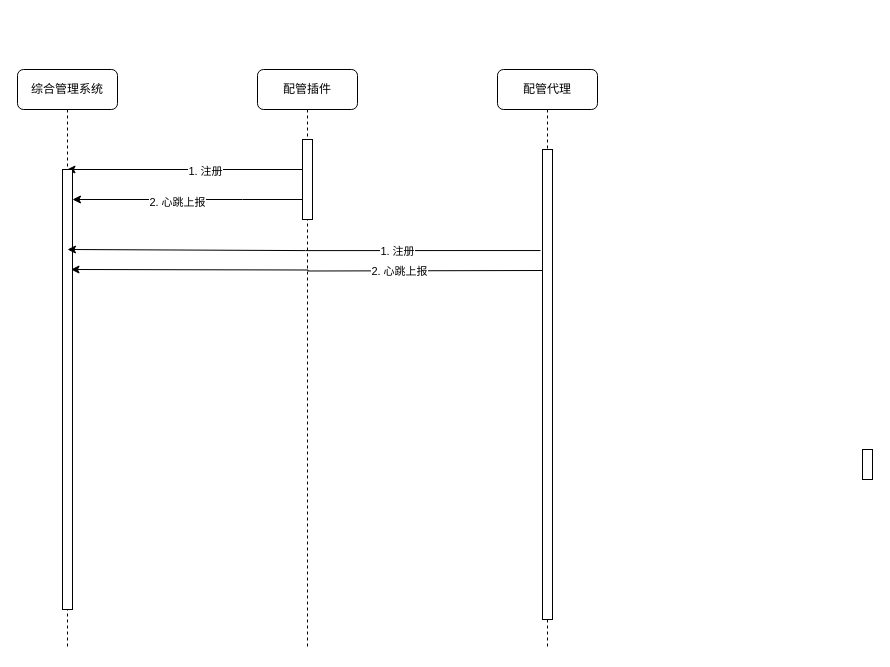
Before: sx.drawio in HeisenbergV/algo, a draw.io diagram. Source tidied: cells renumbered, new cells numbered last; positions are measured from the earlier drawing's top-left corner, leaving out a move shared by most shapes. Both pictures are drawn from the tidied source at 100%, with x=0, y=0 at pixel (17, 69).
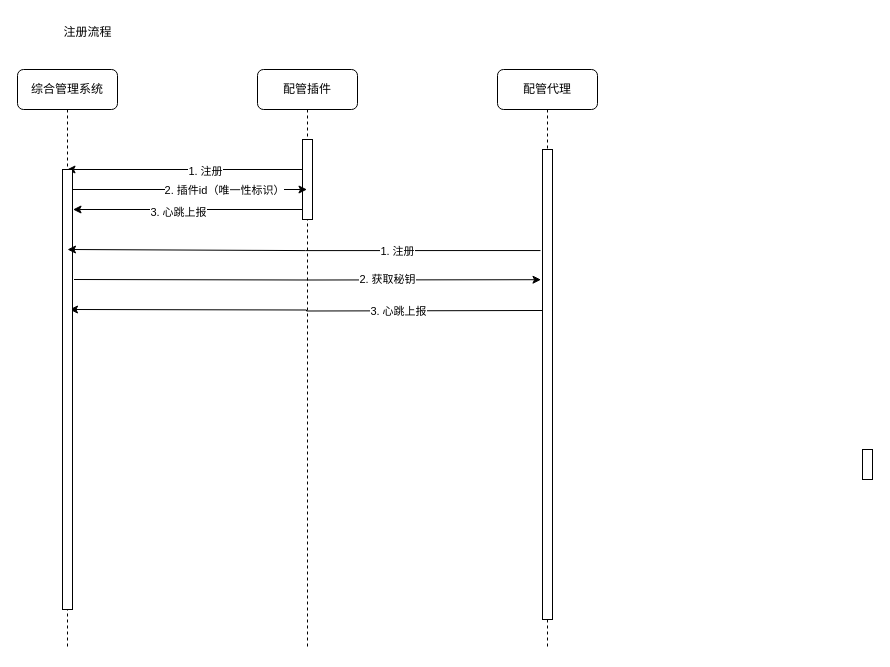
Above is the later version.

The change refers to these unchanged cells:
```xml
<mxCell id="4" value="配管插件" style="shape=umlLifeline;perimeter=lifelinePerimeter;whiteSpace=wrap;html=1;rounded=1;shadow=0;comic=0;labelBackgroundColor=none;strokeWidth=1;fontFamily=Verdana;fontSize=12;align=center;strokeColor=default;" parent="1" vertex="1">
  <mxGeometry x="240" width="100" height="580" as="geometry" />
</mxCell>
```

What changed in the source:
```diff
@@
-    <mxCell id="6" style="edgeStyle=orthogonalEdgeStyle;rounded=0;orthogonalLoop=1;jettySize=auto;html=1;" parent="4" edge="1">
-      <mxGeometry relative="1" as="geometry">
-        <mxPoint x="44.5" y="130" as="sourcePoint" />
-        <mxPoint x="-185" y="130" as="targetPoint" />
-        <Array as="points">
-          <mxPoint x="-15" y="130" />
-          <mxPoint x="-15" y="130" />
-        </Array>
-      </mxGeometry>
-    </mxCell>
-    <mxCell id="7" value="2. 心跳上报" style="edgeLabel;html=1;align=center;verticalAlign=middle;" parent="6" vertex="1">
-      <mxGeometry x="0.1" y="2" relative="1" as="geometry">
-        <mxPoint x="1" as="offset" />
-      </mxGeometry>
-    </mxCell>
     <mxCell id="8" style="edgeStyle=orthogonalEdgeStyle;rounded=0;orthogonalLoop=1;jettySize=auto;html=1;exitX=-0.2;exitY=0.215;exitDx=0;exitDy=0;exitPerimeter=0;" parent="4" edge="1">
       <mxGeometry relative="1" as="geometry">
-        <mxPoint x="286.5" y="201" as="sourcePoint" />
-        <mxPoint x="-186.5" y="200" as="targetPoint" />
+        <mxPoint x="285" y="241" as="sourcePoint" />
+        <mxPoint x="-188" y="240" as="targetPoint" />
       </mxGeometry>
     </mxCell>
-    <mxCell id="9" value="2. 心跳上报" style="edgeLabel;html=1;align=center;verticalAlign=middle;" parent="8" vertex="1">
+    <mxCell id="9" value="3. 心跳上报" style="edgeLabel;html=1;align=center;verticalAlign=middle;" parent="8" vertex="1">
       <mxGeometry x="-0.39" relative="1" as="geometry" />
     </mxCell>
@@
+    <mxCell id="17" style="edgeStyle=orthogonalEdgeStyle;rounded=0;orthogonalLoop=1;jettySize=auto;html=1;" parent="1" edge="1">
+      <mxGeometry relative="1" as="geometry">
+        <mxPoint x="49.5" y="120" as="sourcePoint" />
+        <mxPoint x="289.5" y="120" as="targetPoint" />
+      </mxGeometry>
+    </mxCell>
+    <mxCell id="18" value="2. 插件id（唯一性标识）" style="edgeLabel;html=1;align=center;verticalAlign=middle;" parent="17" vertex="1">
+      <mxGeometry x="0.3" relative="1" as="geometry">
+        <mxPoint x="1" as="offset" />
+      </mxGeometry>
+    </mxCell>
@@
+    <mxCell id="19" value="注册流程" style="text;html=1;align=center;verticalAlign=middle;strokeColor=none;fillColor=none;" parent="1" vertex="1">
+      <mxGeometry x="35" y="-52" width="70" height="30" as="geometry" />
+    </mxCell>
+    <mxCell id="6" style="edgeStyle=orthogonalEdgeStyle;rounded=0;orthogonalLoop=1;jettySize=auto;html=1;" parent="1" edge="1">
+      <mxGeometry relative="1" as="geometry">
+        <mxPoint x="285" y="140" as="sourcePoint" />
+        <mxPoint x="55.5" y="140" as="targetPoint" />
+        <Array as="points">
+          <mxPoint x="225.5" y="140" />
+          <mxPoint x="225.5" y="140" />
+        </Array>
+      </mxGeometry>
+    </mxCell>
+    <mxCell id="7" value="3. 心跳上报" style="edgeLabel;html=1;align=center;verticalAlign=middle;" parent="6" vertex="1">
+      <mxGeometry x="0.1" y="2" relative="1" as="geometry">
+        <mxPoint x="1" as="offset" />
+      </mxGeometry>
+    </mxCell>
+    <mxCell id="20" style="edgeStyle=orthogonalEdgeStyle;rounded=0;orthogonalLoop=1;jettySize=auto;html=1;entryX=-0.3;entryY=0.511;entryDx=0;entryDy=0;entryPerimeter=0;" parent="1" edge="1">
+      <mxGeometry relative="1" as="geometry">
+        <mxPoint x="56.5" y="210" as="sourcePoint" />
+        <mxPoint x="523.5" y="210.2" as="targetPoint" />
+      </mxGeometry>
+    </mxCell>
+    <mxCell id="21" value="2. 获取秘钥" style="edgeLabel;html=1;align=center;verticalAlign=middle;" parent="20" vertex="1">
+      <mxGeometry x="0.34" y="1" relative="1" as="geometry" />
+    </mxCell>
```
